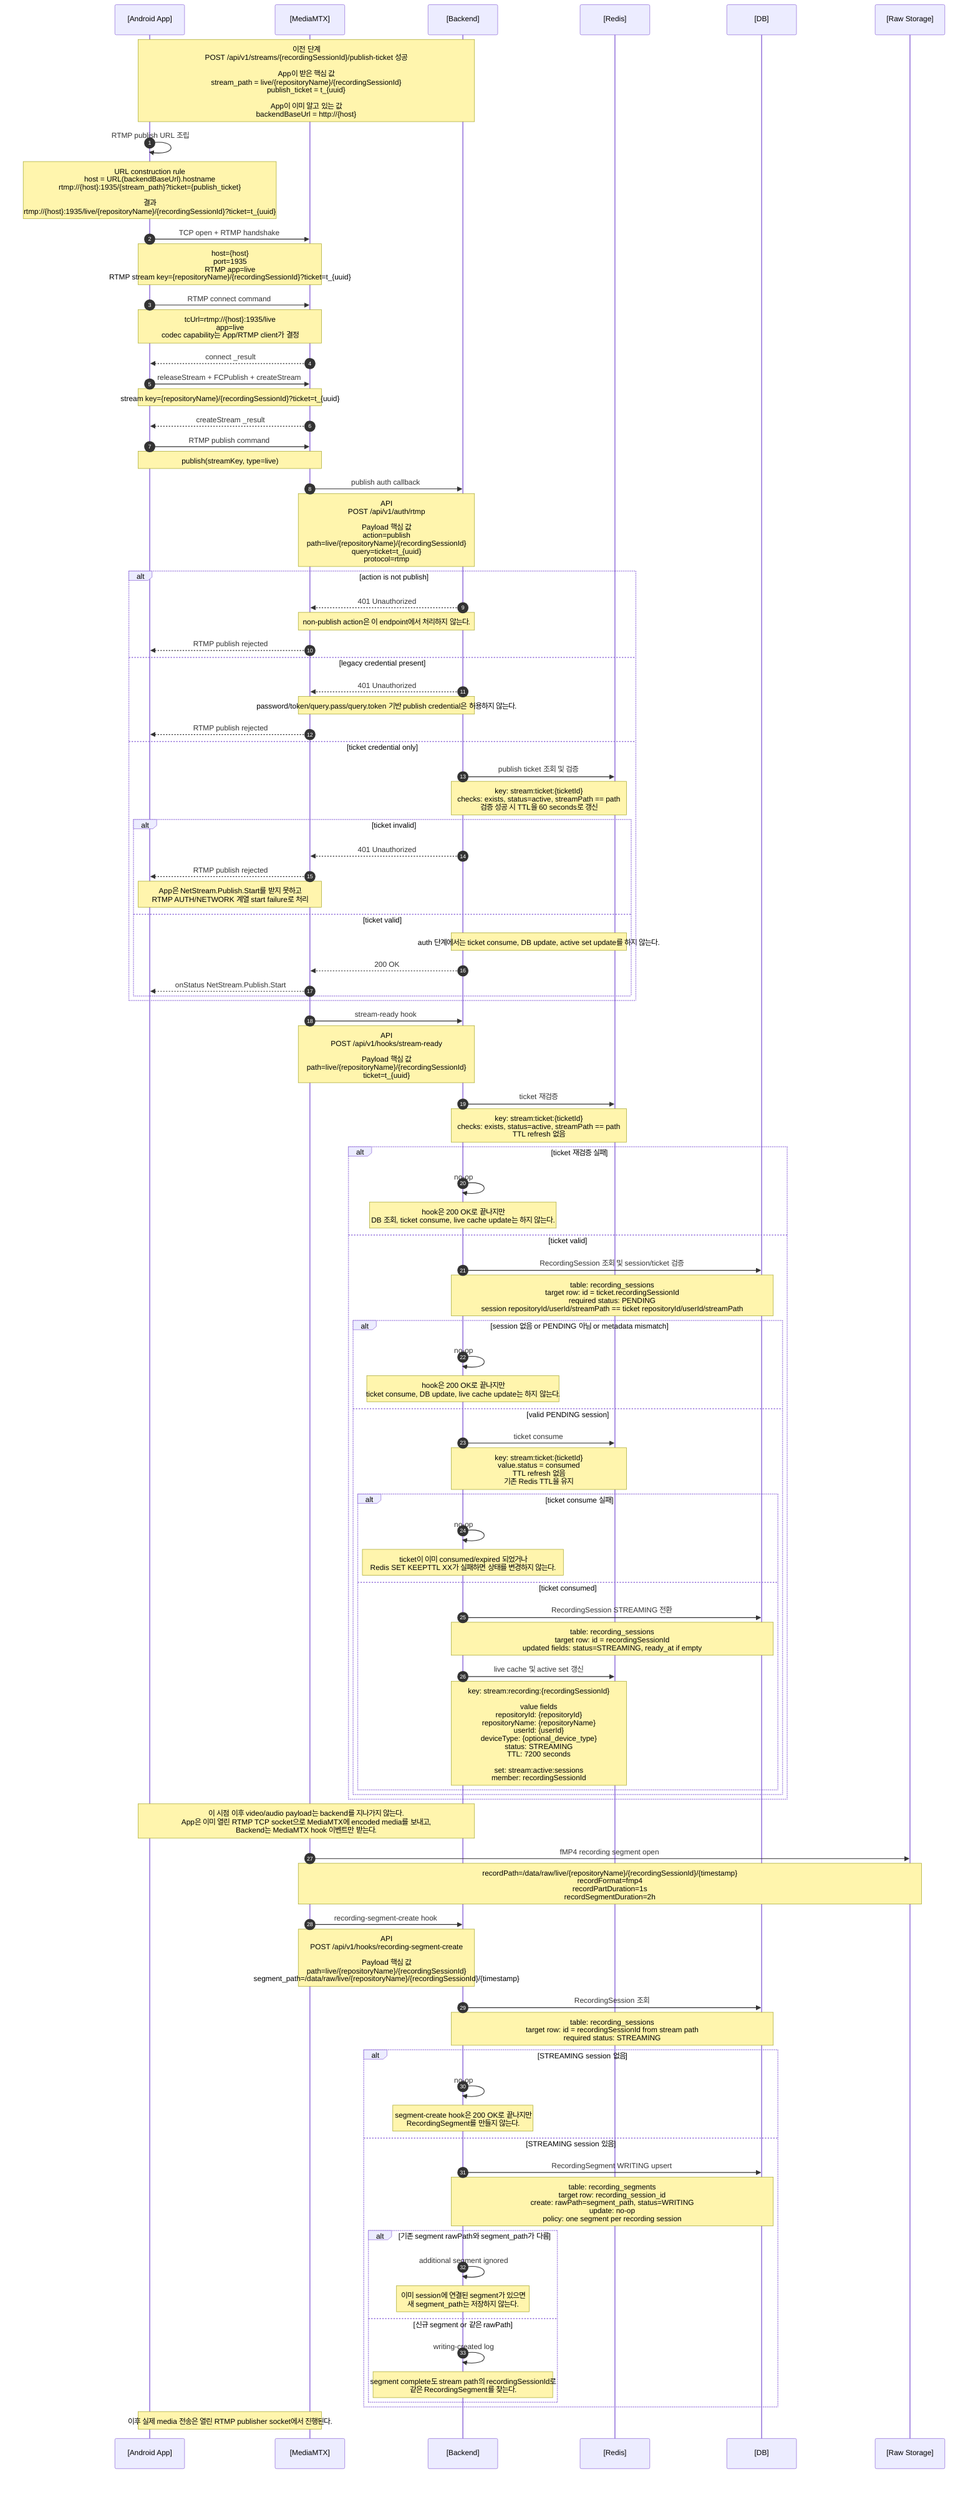
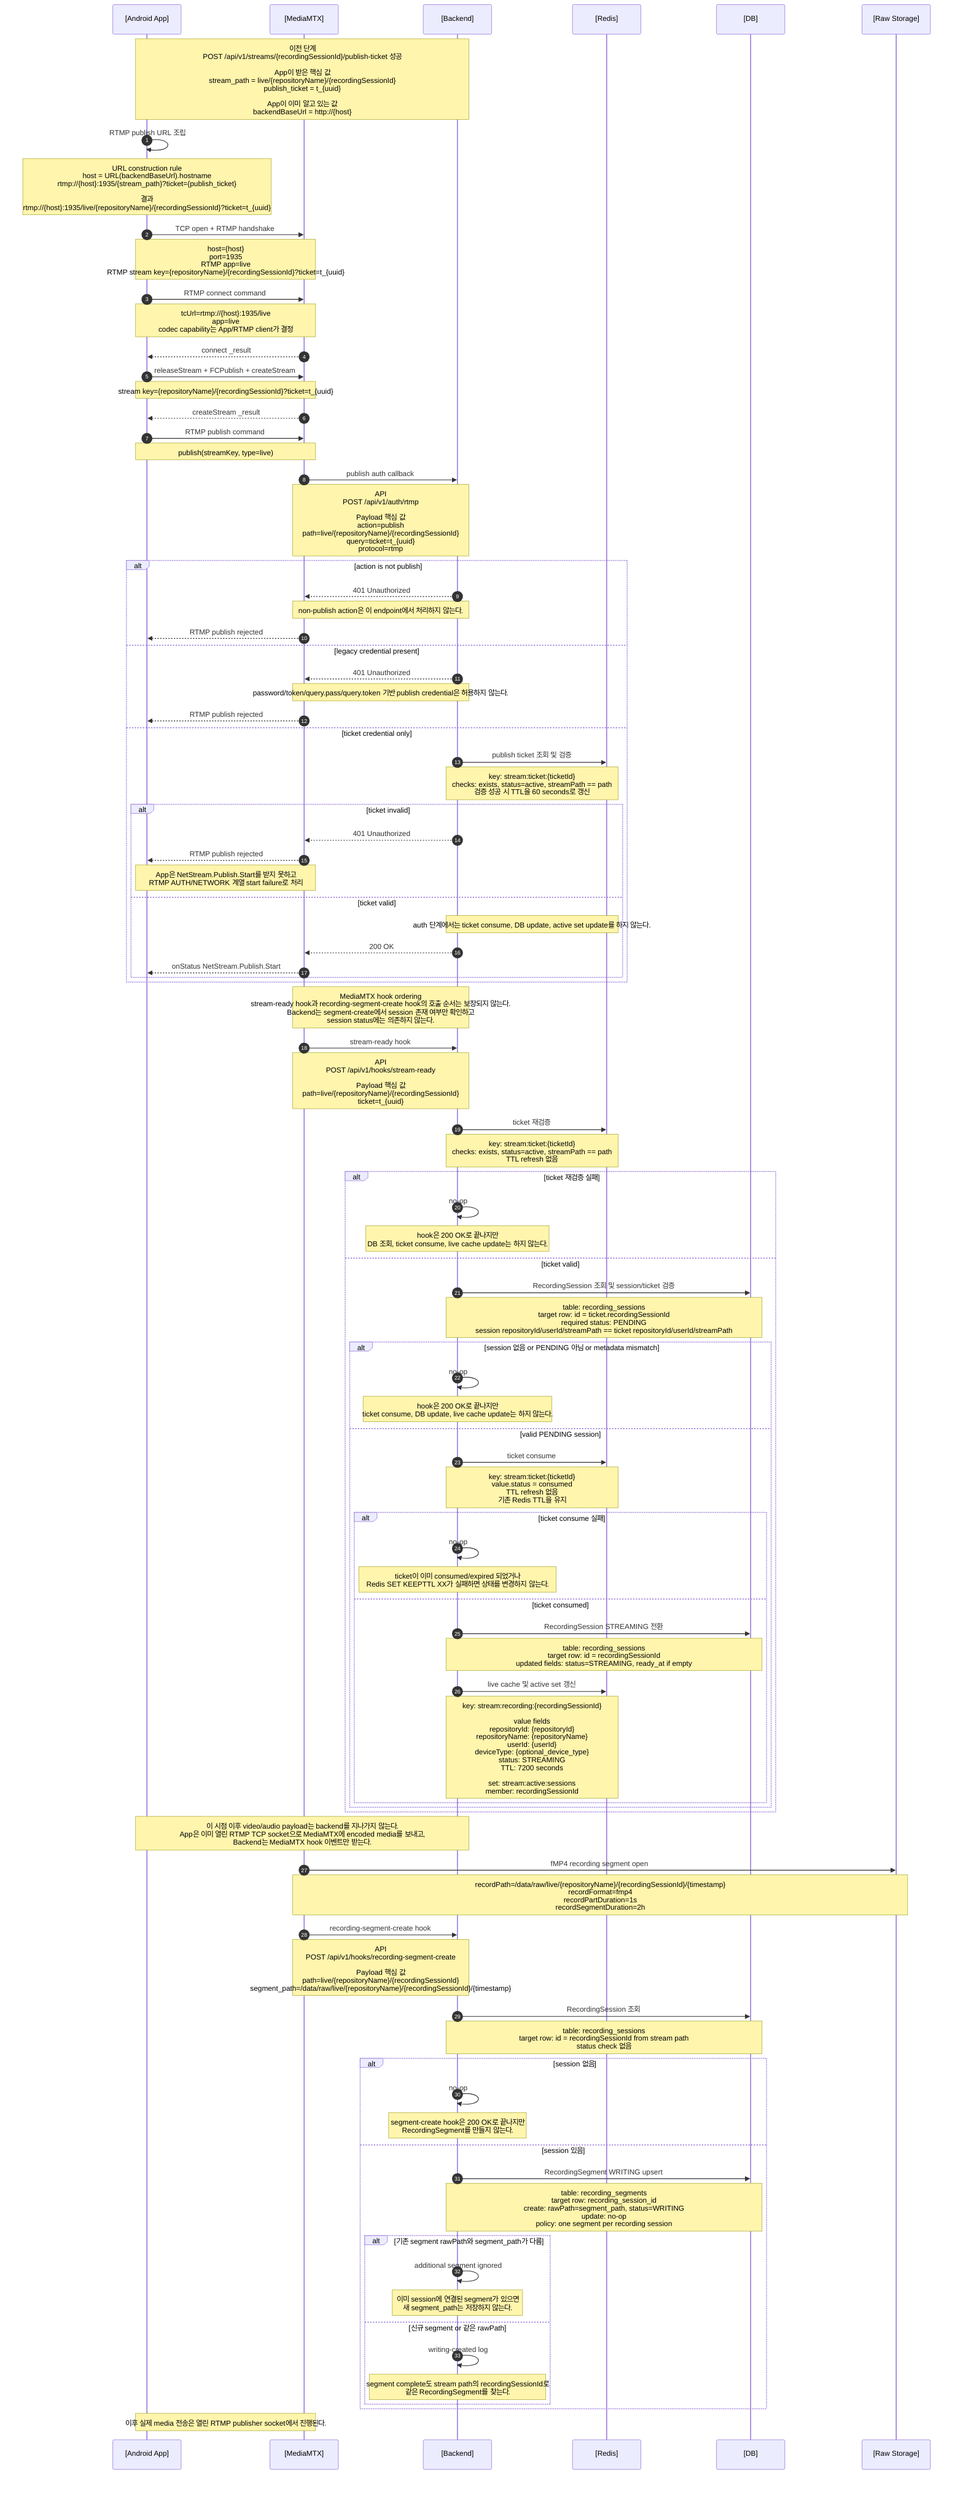
sequenceDiagram
  autonumber
  participant App as [Android App]
  participant MTX as [MediaMTX]
  participant Backend as [Backend]
  participant Redis as [Redis]
  participant DB as [DB]
  participant Storage as [Raw Storage]

  Note over App,Backend: 이전 단계<br/>POST /api/v1/streams/{recordingSessionId}/publish-ticket 성공<br/><br/>App이 받은 핵심 값<br/>stream_path = live/{repositoryName}/{recordingSessionId}<br/>publish_ticket = t_{uuid}<br/><br/>App이 이미 알고 있는 값<br/>backendBaseUrl = http://{host}

  App->>App: RTMP publish URL 조립
  Note over App: URL construction rule<br/>host = URL(backendBaseUrl).hostname<br/>rtmp://{host}:1935/{stream_path}?ticket={publish_ticket}<br/><br/>결과<br/>rtmp://{host}:1935/live/{repositoryName}/{recordingSessionId}?ticket=t_{uuid}

  App->>MTX: TCP open + RTMP handshake
  Note over App,MTX: host={host}<br/>port=1935<br/>RTMP app=live<br/>RTMP stream key={repositoryName}/{recordingSessionId}?ticket=t_{uuid}

  App->>MTX: RTMP connect command
  Note over App,MTX: tcUrl=rtmp://{host}:1935/live<br/>app=live<br/>codec capability는 App/RTMP client가 결정
  MTX-->>App: connect _result

  App->>MTX: releaseStream + FCPublish + createStream
  Note over App,MTX: stream key={repositoryName}/{recordingSessionId}?ticket=t_{uuid}
  MTX-->>App: createStream _result

  App->>MTX: RTMP publish command
  Note over App,MTX: publish(streamKey, type=live)

  MTX->>Backend: publish auth callback
  Note over MTX,Backend: API<br/>POST /api/v1/auth/rtmp<br/><br/>Payload 핵심 값<br/>action=publish<br/>path=live/{repositoryName}/{recordingSessionId}<br/>query=ticket=t_{uuid}<br/>protocol=rtmp

  alt action is not publish
    Backend-->>MTX: 401 Unauthorized
    Note over Backend,MTX: non-publish action은 이 endpoint에서 처리하지 않는다.
    MTX-->>App: RTMP publish rejected
  else legacy credential present
    Backend-->>MTX: 401 Unauthorized
    Note over Backend,MTX: password/token/query.pass/query.token 기반 publish credential은 허용하지 않는다.
    MTX-->>App: RTMP publish rejected
  else ticket credential only
    Backend->>Redis: publish ticket 조회 및 검증
    Note over Backend,Redis: key: stream:ticket:{ticketId}<br/>checks: exists, status=active, streamPath == path<br/>검증 성공 시 TTL을 60 seconds로 갱신

    alt ticket invalid
      Backend-->>MTX: 401 Unauthorized
      MTX-->>App: RTMP publish rejected
      Note over App,MTX: App은 NetStream.Publish.Start를 받지 못하고<br/>RTMP AUTH/NETWORK 계열 start failure로 처리
    else ticket valid
      Note over Backend,Redis: auth 단계에서는 ticket consume, DB update, active set update를 하지 않는다.
      Backend-->>MTX: 200 OK
      MTX-->>App: onStatus NetStream.Publish.Start
    end
  end

+   Note over MTX,Backend: MediaMTX hook ordering<br/>stream-ready hook과 recording-segment-create hook의 호출 순서는 보장되지 않는다.<br/>Backend는 segment-create에서 session 존재 여부만 확인하고<br/>session status에는 의존하지 않는다.
+ 
  MTX->>Backend: stream-ready hook
  Note over MTX,Backend: API<br/>POST /api/v1/hooks/stream-ready<br/><br/>Payload 핵심 값<br/>path=live/{repositoryName}/{recordingSessionId}<br/>ticket=t_{uuid}

  Backend->>Redis: ticket 재검증
  Note over Backend,Redis: key: stream:ticket:{ticketId}<br/>checks: exists, status=active, streamPath == path<br/>TTL refresh 없음

  alt ticket 재검증 실패
    Backend->>Backend: no-op
    Note over Backend: hook은 200 OK로 끝나지만<br/>DB 조회, ticket consume, live cache update는 하지 않는다.
  else ticket valid
    Backend->>DB: RecordingSession 조회 및 session/ticket 검증
    Note over Backend,DB: table: recording_sessions<br/>target row: id = ticket.recordingSessionId<br/>required status: PENDING<br/>session repositoryId/userId/streamPath == ticket repositoryId/userId/streamPath

    alt session 없음 or PENDING 아님 or metadata mismatch
      Backend->>Backend: no-op
      Note over Backend: hook은 200 OK로 끝나지만<br/>ticket consume, DB update, live cache update는 하지 않는다.
    else valid PENDING session
    Backend->>Redis: ticket consume
    Note over Backend,Redis: key: stream:ticket:{ticketId}<br/>value.status = consumed<br/>TTL refresh 없음<br/>기존 Redis TTL을 유지

      alt ticket consume 실패
        Backend->>Backend: no-op
        Note over Backend: ticket이 이미 consumed/expired 되었거나<br/>Redis SET KEEPTTL XX가 실패하면 상태를 변경하지 않는다.
      else ticket consumed
        Backend->>DB: RecordingSession STREAMING 전환
        Note over Backend,DB: table: recording_sessions<br/>target row: id = recordingSessionId<br/>updated fields: status=STREAMING, ready_at if empty

        Backend->>Redis: live cache 및 active set 갱신
        Note over Backend,Redis: key: stream:recording:{recordingSessionId}<br/><br/>value fields<br/>repositoryId: {repositoryId}<br/>repositoryName: {repositoryName}<br/>userId: {userId}<br/>deviceType: {optional_device_type}<br/>status: STREAMING<br/>TTL: 7200 seconds<br/><br/>set: stream:active:sessions<br/>member: recordingSessionId
      end
    end
  end

  Note over App,Backend: 이 시점 이후 video/audio payload는 backend를 지나가지 않는다.<br/>App은 이미 열린 RTMP TCP socket으로 MediaMTX에 encoded media를 보내고,<br/>Backend는 MediaMTX hook 이벤트만 받는다.

  MTX->>Storage: fMP4 recording segment open
  Note over MTX,Storage: recordPath=/data/raw/live/{repositoryName}/{recordingSessionId}/{timestamp}<br/>recordFormat=fmp4<br/>recordPartDuration=1s<br/>recordSegmentDuration=2h

  MTX->>Backend: recording-segment-create hook
  Note over MTX,Backend: API<br/>POST /api/v1/hooks/recording-segment-create<br/><br/>Payload 핵심 값<br/>path=live/{repositoryName}/{recordingSessionId}<br/>segment_path=/data/raw/live/{repositoryName}/{recordingSessionId}/{timestamp}

  Backend->>DB: RecordingSession 조회
-   Note over Backend,DB: table: recording_sessions<br/>target row: id = recordingSessionId from stream path<br/>required status: STREAMING
+   Note over Backend,DB: table: recording_sessions<br/>target row: id = recordingSessionId from stream path<br/>status check 없음

-   alt STREAMING session 없음
+   alt session 없음
    Backend->>Backend: no-op
    Note over Backend: segment-create hook은 200 OK로 끝나지만<br/>RecordingSegment를 만들지 않는다.
-   else STREAMING session 있음
+   else session 있음
    Backend->>DB: RecordingSegment WRITING upsert
    Note over Backend,DB: table: recording_segments<br/>target row: recording_session_id<br/>create: rawPath=segment_path, status=WRITING<br/>update: no-op<br/>policy: one segment per recording session

    alt 기존 segment rawPath와 segment_path가 다름
      Backend->>Backend: additional segment ignored
      Note over Backend: 이미 session에 연결된 segment가 있으면<br/>새 segment_path는 저장하지 않는다.
    else 신규 segment or 같은 rawPath
      Backend->>Backend: writing-created log
      Note over Backend: segment complete도 stream path의 recordingSessionId로<br/>같은 RecordingSegment를 찾는다.
    end
  end

  Note over App,MTX: 이후 실제 media 전송은 열린 RTMP publisher socket에서 진행된다.

%% 참고:
%% 이 문서는 publish-ticket 발급 이후 RTMP publish 인증, stream-ready, live cache 등록,
%% 첫 recording segment 생성까지만 다룬다.
%% 실제 RTMP media chunk 전송부터 stream 종료, hook 처리, finalize enqueue까지는
%% .mermaid/4.rtmp-stream.mmd에서 다룬다.
